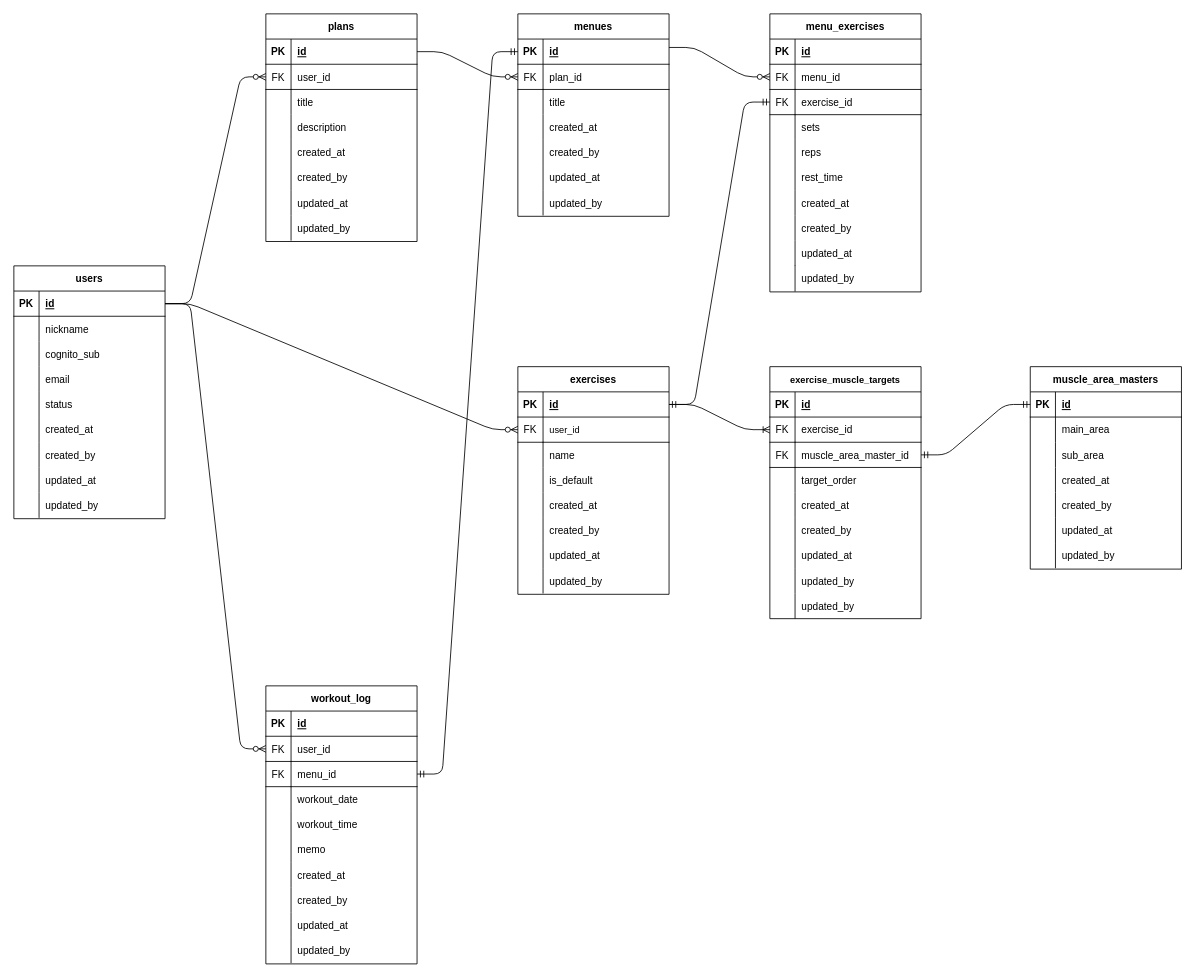
Earlier version of the draw.io diagram workout_er.drawio (Chankuri2049/Workout). Source tidied: cells renumbered, new cells numbered last; positions are measured from the earlier drawing's top-left corner, leaving out a move shared by most shapes. Both pictures are drawn from the tidied source at 84%, with x=0, y=0 at pixel (13, 13).
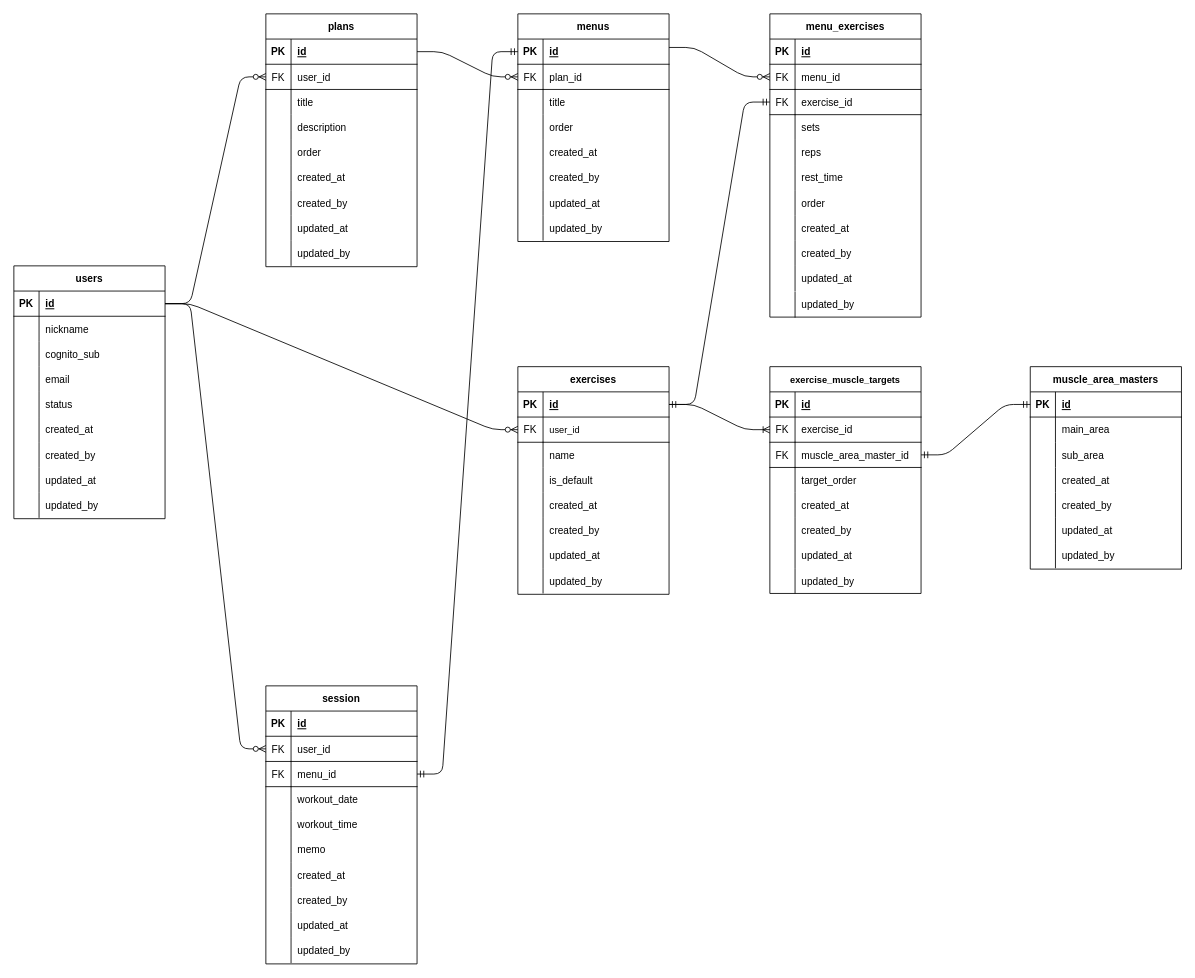
The same page after the edit.

Unchanged cells that the change refers to:
```xml
<mxCell id="43" style="shape=tableRow;horizontal=0;startSize=0;swimlaneHead=0;swimlaneBody=0;fillColor=none;top=0;left=0;right=0;bottom=0;" parent="30" vertex="1">
  <mxGeometry y="150" width="180" height="30" as="geometry" />
</mxCell>
<mxCell id="46" style="shape=tableRow;horizontal=0;startSize=0;swimlaneHead=0;swimlaneBody=0;fillColor=none;top=0;left=0;right=0;bottom=0;" parent="30" vertex="1">
  <mxGeometry y="180" width="180" height="30" as="geometry" />
</mxCell>
<mxCell id="49" style="shape=tableRow;horizontal=0;startSize=0;swimlaneHead=0;swimlaneBody=0;fillColor=none;top=0;left=0;right=0;bottom=0;" parent="30" vertex="1">
  <mxGeometry y="210" width="180" height="30" as="geometry" />
</mxCell>
<mxCell id="52" style="shape=tableRow;horizontal=0;startSize=0;swimlaneHead=0;swimlaneBody=0;fillColor=none;top=0;left=0;right=0;bottom=0;" parent="30" vertex="1">
  <mxGeometry y="240" width="180" height="30" as="geometry" />
</mxCell>
<mxCell id="65" style="shape=tableRow;horizontal=0;startSize=0;swimlaneHead=0;swimlaneBody=0;fillColor=none;top=0;left=0;right=0;bottom=0;" parent="55" vertex="1">
  <mxGeometry y="120" width="180" height="30" as="geometry" />
</mxCell>
<mxCell id="68" style="shape=tableRow;horizontal=0;startSize=0;swimlaneHead=0;swimlaneBody=0;fillColor=none;top=0;left=0;right=0;bottom=0;" parent="55" vertex="1">
  <mxGeometry y="150" width="180" height="30" as="geometry" />
</mxCell>
<mxCell id="71" style="shape=tableRow;horizontal=0;startSize=0;swimlaneHead=0;swimlaneBody=0;fillColor=none;top=0;left=0;right=0;bottom=0;" parent="55" vertex="1">
  <mxGeometry y="180" width="180" height="30" as="geometry" />
</mxCell>
<mxCell id="74" style="shape=tableRow;horizontal=0;startSize=0;swimlaneHead=0;swimlaneBody=0;fillColor=none;top=0;left=0;right=0;bottom=0;" parent="55" vertex="1">
  <mxGeometry y="210" width="180" height="30" as="geometry" />
</mxCell>
<mxCell id="96" style="shape=tableRow;horizontal=0;startSize=0;swimlaneHead=0;swimlaneBody=0;fillColor=none;top=0;left=0;right=0;bottom=0;" parent="77" vertex="1">
  <mxGeometry y="210" width="180" height="30" as="geometry" />
</mxCell>
<mxCell id="99" style="shape=tableRow;horizontal=0;startSize=0;swimlaneHead=0;swimlaneBody=0;fillColor=none;top=0;left=0;right=0;bottom=0;" parent="77" vertex="1">
  <mxGeometry y="240" width="180" height="30" as="geometry" />
</mxCell>
<mxCell id="102" style="shape=tableRow;horizontal=0;startSize=0;swimlaneHead=0;swimlaneBody=0;fillColor=none;top=0;left=0;right=0;bottom=0;" parent="77" vertex="1">
  <mxGeometry y="270" width="180" height="30" as="geometry" />
</mxCell>
```

The edit, as a diff of the source:
```diff
@@
     <mxCell id="30" value="plans" style="shape=table;startSize=30;childLayout=tableLayout;rowLines=0;fontStyle=1;align=center;" parent="1" vertex="1">
-      <mxGeometry x="300" width="180" height="271" as="geometry" />
+      <mxGeometry x="300" width="180" height="301" as="geometry" />
     </mxCell>
@@
-    <mxCell id="45" value="created_at" style="shape=partialRectangle;fillColor=none;top=0;left=0;bottom=0;right=0;align=left;spacingLeft=6;overflow=hidden;" parent="43" vertex="1">
+    <mxCell id="45" value="order" style="shape=partialRectangle;fillColor=none;top=0;left=0;bottom=0;right=0;align=left;spacingLeft=6;overflow=hidden;" parent="43" vertex="1">
       <mxGeometry x="30" width="150" height="30" as="geometry" />
     </mxCell>
@@
-    <mxCell id="48" value="created_by" style="shape=partialRectangle;fillColor=none;top=0;left=0;bottom=0;right=0;align=left;spacingLeft=6;overflow=hidden;" parent="46" vertex="1">
+    <mxCell id="48" value="created_at" style="shape=partialRectangle;fillColor=none;top=0;left=0;bottom=0;right=0;align=left;spacingLeft=6;overflow=hidden;" parent="46" vertex="1">
       <mxGeometry x="30" width="150" height="30" as="geometry" />
     </mxCell>
@@
-    <mxCell id="51" value="updated_at" style="shape=partialRectangle;fillColor=none;top=0;left=0;bottom=0;right=0;align=left;spacingLeft=6;overflow=hidden;" parent="49" vertex="1">
+    <mxCell id="51" value="created_by" style="shape=partialRectangle;fillColor=none;top=0;left=0;bottom=0;right=0;align=left;spacingLeft=6;overflow=hidden;" parent="49" vertex="1">
       <mxGeometry x="30" width="150" height="30" as="geometry" />
     </mxCell>
@@
-    <mxCell id="54" value="updated_by" style="shape=partialRectangle;fillColor=none;top=0;left=0;bottom=0;right=0;align=left;spacingLeft=6;overflow=hidden;" parent="52" vertex="1">
+    <mxCell id="54" value="updated_at" style="shape=partialRectangle;fillColor=none;top=0;left=0;bottom=0;right=0;align=left;spacingLeft=6;overflow=hidden;" parent="52" vertex="1">
       <mxGeometry x="30" width="150" height="30" as="geometry" />
     </mxCell>
+    <mxCell id="182" style="shape=tableRow;horizontal=0;startSize=0;swimlaneHead=0;swimlaneBody=0;fillColor=none;top=0;left=0;right=0;bottom=0;" parent="30" vertex="1">
+      <mxGeometry y="270" width="180" height="30" as="geometry" />
+    </mxCell>
+    <mxCell id="221" style="shape=partialRectangle;fillColor=none;top=0;left=0;bottom=0;right=0;overflow=hidden;" parent="182" vertex="1">
+      <mxGeometry width="30" height="30" as="geometry" />
+    </mxCell>
+    <mxCell id="222" value="updated_by" style="shape=partialRectangle;fillColor=none;top=0;left=0;bottom=0;right=0;align=left;spacingLeft=6;overflow=hidden;" parent="182" vertex="1">
+      <mxGeometry x="30" width="150" height="30" as="geometry" />
+    </mxCell>
-    <mxCell id="55" value="menues" style="shape=table;startSize=30;childLayout=tableLayout;rowLines=0;fontStyle=1;align=center;" parent="1" vertex="1">
-      <mxGeometry x="600" width="180" height="241" as="geometry" />
+    <mxCell id="55" value="menus" style="shape=table;startSize=30;childLayout=tableLayout;rowLines=0;fontStyle=1;align=center;" parent="1" vertex="1">
+      <mxGeometry x="600" width="180" height="271" as="geometry" />
     </mxCell>
@@
-    <mxCell id="67" value="created_at" style="shape=partialRectangle;fillColor=none;top=0;left=0;bottom=0;right=0;align=left;spacingLeft=6;overflow=hidden;" parent="65" vertex="1">
+    <mxCell id="67" value="order" style="shape=partialRectangle;fillColor=none;top=0;left=0;bottom=0;right=0;align=left;spacingLeft=6;overflow=hidden;" parent="65" vertex="1">
       <mxGeometry x="30" width="150" height="30" as="geometry" />
     </mxCell>
@@
-    <mxCell id="70" value="created_by" style="shape=partialRectangle;fillColor=none;top=0;left=0;bottom=0;right=0;align=left;spacingLeft=6;overflow=hidden;" parent="68" vertex="1">
+    <mxCell id="70" value="created_at" style="shape=partialRectangle;fillColor=none;top=0;left=0;bottom=0;right=0;align=left;spacingLeft=6;overflow=hidden;" parent="68" vertex="1">
       <mxGeometry x="30" width="150" height="30" as="geometry" />
     </mxCell>
@@
-    <mxCell id="73" value="updated_at" style="shape=partialRectangle;fillColor=none;top=0;left=0;bottom=0;right=0;align=left;spacingLeft=6;overflow=hidden;" parent="71" vertex="1">
+    <mxCell id="73" value="created_by" style="shape=partialRectangle;fillColor=none;top=0;left=0;bottom=0;right=0;align=left;spacingLeft=6;overflow=hidden;" parent="71" vertex="1">
       <mxGeometry x="30" width="150" height="30" as="geometry" />
     </mxCell>
@@
-    <mxCell id="76" value="updated_by" style="shape=partialRectangle;fillColor=none;top=0;left=0;bottom=0;right=0;align=left;spacingLeft=6;overflow=hidden;" parent="74" vertex="1">
+    <mxCell id="76" value="updated_at" style="shape=partialRectangle;fillColor=none;top=0;left=0;bottom=0;right=0;align=left;spacingLeft=6;overflow=hidden;" parent="74" vertex="1">
       <mxGeometry x="30" width="150" height="30" as="geometry" />
     </mxCell>
+    <mxCell id="223" style="shape=tableRow;horizontal=0;startSize=0;swimlaneHead=0;swimlaneBody=0;fillColor=none;top=0;left=0;right=0;bottom=0;" parent="55" vertex="1">
+      <mxGeometry y="240" width="180" height="30" as="geometry" />
+    </mxCell>
+    <mxCell id="224" style="shape=partialRectangle;fillColor=none;top=0;left=0;bottom=0;right=0;overflow=hidden;" parent="223" vertex="1">
+      <mxGeometry width="30" height="30" as="geometry" />
+    </mxCell>
+    <mxCell id="225" value="updated_by" style="shape=partialRectangle;fillColor=none;top=0;left=0;bottom=0;right=0;align=left;spacingLeft=6;overflow=hidden;" parent="223" vertex="1">
+      <mxGeometry x="30" width="150" height="30" as="geometry" />
+    </mxCell>
     <mxCell id="77" value="menu_exercises" style="shape=table;startSize=30;childLayout=tableLayout;rowLines=0;fontStyle=1;align=center;" parent="1" vertex="1">
-      <mxGeometry x="900" width="180" height="331" as="geometry" />
+      <mxGeometry x="900" width="180" height="361" as="geometry" />
     </mxCell>
@@
-    <mxCell id="98" value="created_at" style="shape=partialRectangle;fillColor=none;top=0;left=0;bottom=0;right=0;align=left;spacingLeft=6;overflow=hidden;" parent="96" vertex="1">
+    <mxCell id="98" value="order" style="shape=partialRectangle;fillColor=none;top=0;left=0;bottom=0;right=0;align=left;spacingLeft=6;overflow=hidden;" parent="96" vertex="1">
       <mxGeometry x="30" width="150" height="30" as="geometry" />
     </mxCell>
@@
-    <mxCell id="101" value="created_by" style="shape=partialRectangle;fillColor=none;top=0;left=0;bottom=0;right=0;align=left;spacingLeft=6;overflow=hidden;" parent="99" vertex="1">
+    <mxCell id="101" value="created_at" style="shape=partialRectangle;fillColor=none;top=0;left=0;bottom=0;right=0;align=left;spacingLeft=6;overflow=hidden;" parent="99" vertex="1">
       <mxGeometry x="30" width="150" height="30" as="geometry" />
     </mxCell>
@@
-    <mxCell id="104" value="updated_at" style="shape=partialRectangle;fillColor=none;top=0;left=0;bottom=0;right=0;align=left;spacingLeft=6;overflow=hidden;" parent="102" vertex="1">
+    <mxCell id="104" value="created_by" style="shape=partialRectangle;fillColor=none;top=0;left=0;bottom=0;right=0;align=left;spacingLeft=6;overflow=hidden;" parent="102" vertex="1">
       <mxGeometry x="30" width="150" height="30" as="geometry" />
     </mxCell>
+    <mxCell id="226" style="shape=tableRow;horizontal=0;startSize=0;swimlaneHead=0;swimlaneBody=0;fillColor=none;top=0;left=0;right=0;bottom=0;" parent="77" vertex="1">
+      <mxGeometry y="300" width="180" height="30" as="geometry" />
+    </mxCell>
+    <mxCell id="227" style="shape=partialRectangle;fillColor=none;top=0;left=0;bottom=0;right=0;overflow=hidden;" parent="226" vertex="1">
+      <mxGeometry width="30" height="30" as="geometry" />
+    </mxCell>
+    <mxCell id="228" value="updated_at" style="shape=partialRectangle;fillColor=none;top=0;left=0;bottom=0;right=0;align=left;spacingLeft=6;overflow=hidden;" parent="226" vertex="1">
+      <mxGeometry x="30" width="150" height="30" as="geometry" />
+    </mxCell>
@@
     <mxCell id="157" value="exercise_muscle_targets" style="shape=table;startSize=30;childLayout=tableLayout;rowLines=0;fontStyle=1;align=center;fontSize=11;" parent="1" vertex="1">
-      <mxGeometry x="900" y="420" width="180" height="300" as="geometry" />
+      <mxGeometry x="900" y="420" width="180" height="270" as="geometry" />
     </mxCell>
@@
-    <mxCell id="182" style="shape=tableRow;horizontal=0;startSize=0;swimlaneHead=0;swimlaneBody=0;fillColor=none;top=0;left=0;right=0;bottom=0;" parent="157" vertex="1">
-      <mxGeometry y="270" width="180" height="30" as="geometry" />
-    </mxCell>
-    <mxCell id="183" style="shape=partialRectangle;fillColor=none;top=0;left=0;bottom=0;right=0;overflow=hidden;" parent="182" vertex="1">
-      <mxGeometry width="30" height="30" as="geometry" />
-    </mxCell>
-    <mxCell id="184" value="updated_by" style="shape=partialRectangle;fillColor=none;top=0;left=0;bottom=0;right=0;align=left;spacingLeft=6;overflow=hidden;" parent="182" vertex="1">
-      <mxGeometry x="30" width="150" height="30" as="geometry" />
-    </mxCell>
@@
-    <mxCell id="187" value="workout_log" style="shape=table;startSize=30;childLayout=tableLayout;rowLines=0;fontStyle=1;align=center;fontSize=12;" parent="1" vertex="1">
+    <mxCell id="187" value="session" style="shape=table;startSize=30;childLayout=tableLayout;rowLines=0;fontStyle=1;align=center;fontSize=12;" parent="1" vertex="1">
       <mxGeometry x="300" y="800" width="180" height="331" as="geometry" />
     </mxCell>
@@
     <mxCell id="220" value="updated_by" style="shape=partialRectangle;fillColor=none;top=0;left=1;bottom=0;right=0;align=left;spacingLeft=6;overflow=hidden;" parent="1" vertex="1">
-      <mxGeometry x="930" y="300" width="150" height="30" as="geometry" />
+      <mxGeometry x="930" y="331" width="150" height="30" as="geometry" />
     </mxCell>
```
